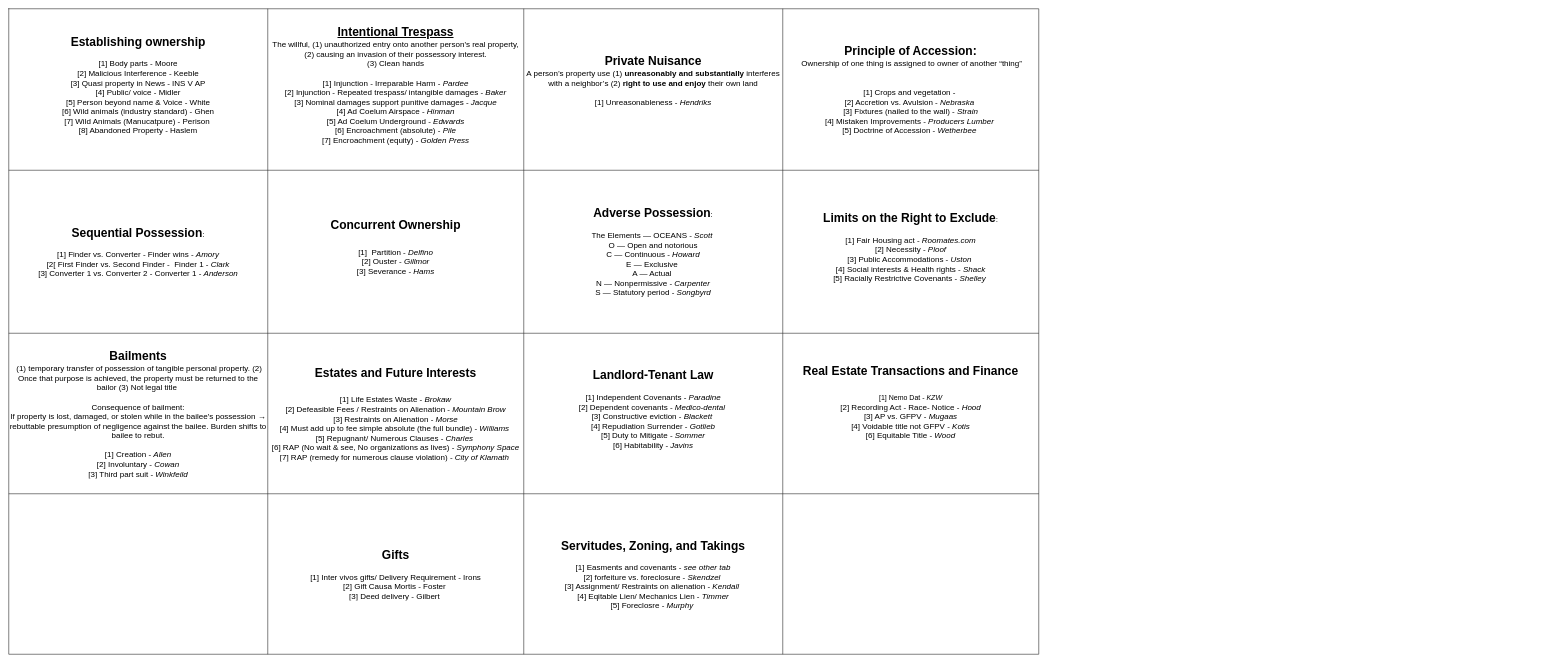
Above: page "Memorization" (6 of 10) of Property.drawio in Jdcruz831/law-school (draw.io), before the change. Source tidied: cells renumbered, new cells numbered last; positions are measured from the earlier drawing's top-left corner, leaving out a move shared by most shapes. Both pictures are drawn from the tidied source at 50%, with x=0, y=0 at pixel (8, 8).
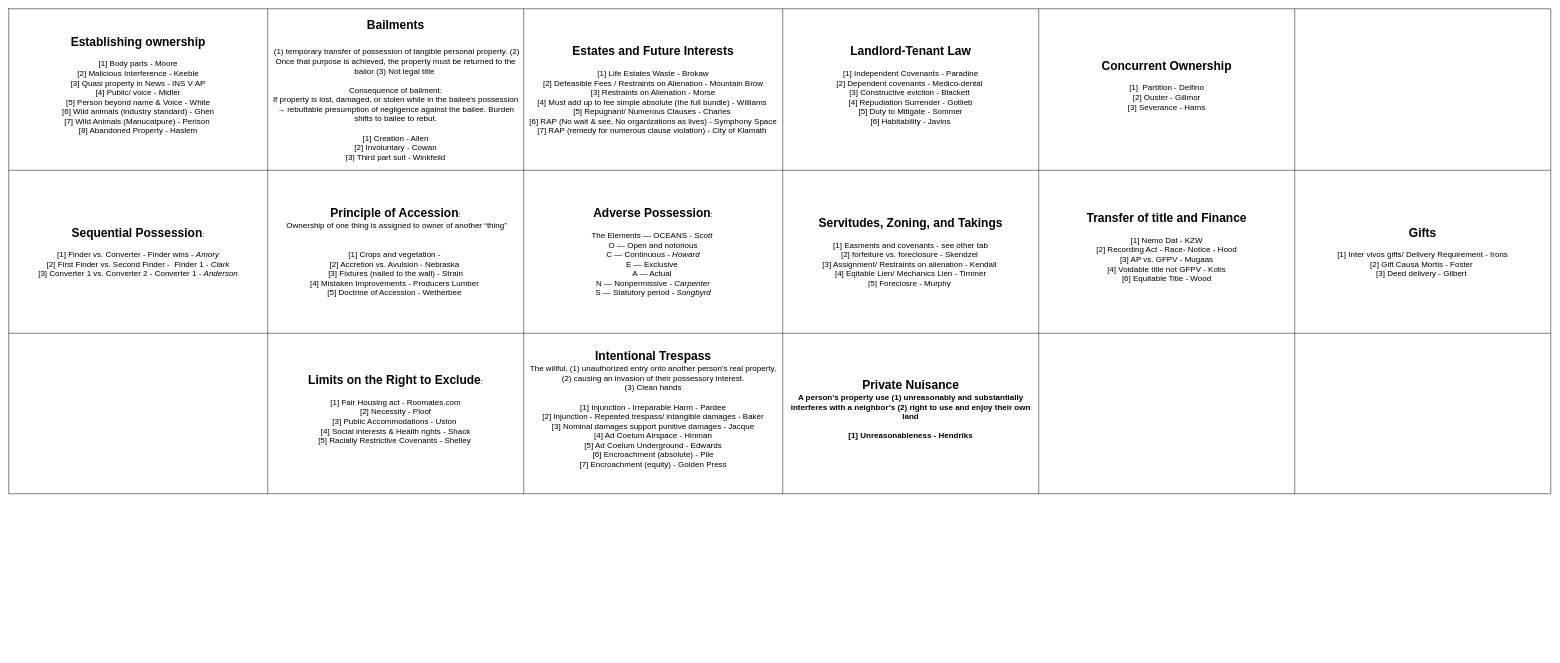
Above is the later version.

What changed in the source:
```diff
@@
     <mxCell id="2" style="shape=table;startSize=0;childLayout=tableLayout;fontSize=16;" parent="1" vertex="1">
-      <mxGeometry width="2060" height="1291" as="geometry" />
+      <mxGeometry width="3084" height="970" as="geometry" />
     </mxCell>
     <mxCell id="3" style="shape=tableRow;horizontal=0;startSize=0;swimlaneHead=0;swimlaneBody=0;strokeColor=inherit;top=0;left=0;bottom=0;right=0;fillColor=none;fontSize=16;" parent="2" vertex="1">
-      <mxGeometry width="2060" height="323" as="geometry" />
+      <mxGeometry width="3084" height="323" as="geometry" />
     </mxCell>
@@
-    <mxCell id="5" value="&lt;div&gt;&lt;b&gt;&lt;font style=&quot;font-size: 24px;&quot;&gt;&lt;u&gt;Intentional Trespass&lt;/u&gt;&lt;/font&gt;&lt;/b&gt;&lt;/div&gt;&lt;div&gt;The willful, (1) unauthorized entry onto another person's real property, (2) causing an invasion of their possessory interest.&lt;/div&gt;&lt;div&gt;(3) Clean hands&lt;/div&gt;&lt;div&gt;&lt;br&gt;&lt;/div&gt;&lt;div&gt;&lt;div&gt;[1] Injunction - Irreparable Harm - &lt;i&gt;Pardee&lt;/i&gt;&lt;/div&gt;&lt;div&gt;[2] Injunction - Repeated trespass/ intangible damages - &lt;i&gt;Baker&lt;/i&gt;&lt;/div&gt;&lt;div&gt;[3] Nominal damages support punitive damages - &lt;i&gt;Jacque&lt;/i&gt;&lt;/div&gt;&lt;div&gt;[4] Ad Coelum Airspace - &lt;i&gt;Hinman&lt;/i&gt;&lt;/div&gt;&lt;div&gt;[5] Ad Coelum Underground - &lt;i&gt;Edwards&lt;/i&gt;&lt;/div&gt;&lt;div&gt;[6] Encroachment (absolute) - &lt;i&gt;Pile&lt;/i&gt;&lt;/div&gt;&lt;div&gt;[7] Encroachment (equity) - &lt;i&gt;Golden Press&lt;/i&gt;&lt;/div&gt;&lt;/div&gt;&lt;div&gt;&lt;br&gt;&lt;/div&gt;" style="shape=partialRectangle;html=1;whiteSpace=wrap;strokeColor=inherit;overflow=hidden;fillColor=none;top=0;left=0;bottom=0;right=0;fontSize=16;" parent="3" vertex="1">
+    <mxCell id="5" value="&lt;div&gt;&lt;div&gt;&lt;b&gt;&lt;font style=&quot;font-size: 24px;&quot;&gt;Bailments&lt;/font&gt;&lt;/b&gt;&lt;/div&gt;&lt;div&gt;&lt;b&gt;&lt;font style=&quot;font-size: 24px;&quot;&gt;&lt;br&gt;&lt;/font&gt;&lt;/b&gt;&lt;/div&gt;&lt;div&gt;&amp;nbsp;(1) temporary transfer of possession of tangible personal property. (2) Once that purpose is achieved, the property must be returned to the bailor (3) Not legal title&amp;nbsp;&lt;/div&gt;&lt;div&gt;&lt;br&gt;&lt;/div&gt;&lt;div&gt;Consequence of bailment:&lt;/div&gt;&lt;div&gt;If property is lost, damaged, or stolen while in the bailee's possession → rebuttable presumption of negligence against the bailee. Burden shifts to bailee to rebut.&lt;/div&gt;&lt;div&gt;&lt;br&gt;&lt;/div&gt;&lt;div&gt;[1] Creation - Allen&lt;/div&gt;&lt;div&gt;[2] Involuntary - Cowan&lt;/div&gt;&lt;div&gt;[3] Third part suit - Winkfeild&lt;/div&gt;&lt;/div&gt;" style="shape=partialRectangle;html=1;whiteSpace=wrap;strokeColor=inherit;overflow=hidden;fillColor=none;top=0;left=0;bottom=0;right=0;fontSize=16;" parent="3" vertex="1">
       <mxGeometry x="518" width="512" height="323" as="geometry" />
     </mxCell>
-    <mxCell id="6" value="&lt;div&gt;&lt;b&gt;&lt;font style=&quot;font-size: 24px;&quot;&gt;Private Nuisance&lt;/font&gt;&lt;/b&gt;&lt;/div&gt;&lt;div&gt;A person’s property use (1) &lt;b&gt;unreasonably and substantially&lt;/b&gt; interferes with a neighbor’s (2) &lt;b&gt;right to use and enjoy&lt;/b&gt; their own land&lt;/div&gt;&lt;div&gt;&lt;br&gt;&lt;/div&gt;&lt;div&gt;[1] Unreasonableness - &lt;i&gt;Hendriks&lt;/i&gt;&lt;/div&gt;&lt;div&gt;&lt;br&gt;&lt;/div&gt;&lt;div&gt;&lt;br&gt;&lt;/div&gt;" style="shape=partialRectangle;html=1;whiteSpace=wrap;strokeColor=inherit;overflow=hidden;fillColor=none;top=0;left=0;bottom=0;right=0;fontSize=16;" parent="3" vertex="1">
+    <mxCell id="6" value="&lt;div&gt;&lt;div&gt;&lt;b&gt;&lt;font style=&quot;font-size: 24px;&quot;&gt;Estates and Future Interests&lt;/font&gt;&lt;/b&gt;&lt;/div&gt;&lt;div&gt;&lt;br&gt;&lt;/div&gt;&lt;div&gt;[1] Life Estates Waste - Brokaw&lt;/div&gt;&lt;div&gt;[2] Defeasible Fees / Restraints on Alienation - Mountain Brow&lt;/div&gt;&lt;div&gt;[3] Restraints on Alienation - Morse&lt;/div&gt;&lt;div&gt;[4] Must add up to fee simple absolute (the full bundle) - Williams&amp;nbsp;&lt;/div&gt;&lt;div&gt;[5] Repugnant/ Numerous Clauses - Charles&amp;nbsp;&lt;/div&gt;&lt;div&gt;[6] RAP (No wait &amp;amp; see, No organizations as lives) - Symphony Space&lt;/div&gt;&lt;div&gt;[7] RAP (remedy for numerous clause violation) - City of Klamath&amp;nbsp;&lt;/div&gt;&lt;/div&gt;" style="shape=partialRectangle;html=1;whiteSpace=wrap;strokeColor=inherit;overflow=hidden;fillColor=none;top=0;left=0;bottom=0;right=0;fontSize=16;" parent="3" vertex="1">
       <mxGeometry x="1030" width="518" height="323" as="geometry" />
     </mxCell>
-    <mxCell id="7" value="&lt;b&gt;&lt;font style=&quot;font-size: 24px;&quot;&gt;Principle of Accession:&lt;/font&gt;&lt;/b&gt;&lt;div&gt;&lt;div&gt;&amp;nbsp;Ownership of one thing is assigned to owner of another “thing”&lt;/div&gt;&lt;div&gt;&lt;br&gt;&lt;/div&gt;&lt;div&gt;&lt;div&gt;&lt;br&gt;&lt;/div&gt;&lt;div&gt;[1] Crops and vegetation -&lt;i&gt;&amp;nbsp;&lt;/i&gt;&lt;/div&gt;&lt;div&gt;[2] Accretion vs. Avulsion - &lt;i&gt;Nebraska&lt;/i&gt;&amp;nbsp;&lt;/div&gt;&lt;div&gt;[3] Fixtures (nailed to the wall) - &lt;i&gt;Strain&lt;/i&gt;&lt;/div&gt;&lt;div&gt;[4] Mistaken Improvements - &lt;i&gt;Producers Lumber&lt;/i&gt;&amp;nbsp;&lt;/div&gt;&lt;div&gt;[5] Doctrine of Accession - &lt;i&gt;Wetherbee&lt;/i&gt;&amp;nbsp;&lt;/div&gt;&lt;/div&gt;&lt;/div&gt;" style="shape=partialRectangle;html=1;whiteSpace=wrap;strokeColor=inherit;overflow=hidden;fillColor=none;top=0;left=0;bottom=0;right=0;fontSize=16;" parent="3" vertex="1">
+    <mxCell id="7" value="&lt;div&gt;&lt;b&gt;&lt;font style=&quot;font-size: 24px;&quot;&gt;Landlord-Tenant Law&lt;/font&gt;&lt;/b&gt;&lt;/div&gt;&lt;div&gt;&lt;br&gt;&lt;/div&gt;&lt;div&gt;[1] Independent Covenants - Paradine&lt;/div&gt;&lt;div&gt;[2] Dependent covenants - Medico-dental&amp;nbsp;&lt;/div&gt;&lt;div&gt;[3] Constructive eviction - Blackett&amp;nbsp;&lt;/div&gt;&lt;div&gt;[4] Repudiation Surrender - Gotlieb&lt;/div&gt;&lt;div&gt;[5] Duty to Mitigate - Sommer&lt;/div&gt;&lt;div&gt;[6] Habitability - Javins&lt;/div&gt;&lt;div&gt;&lt;br&gt;&lt;/div&gt;" style="shape=partialRectangle;html=1;whiteSpace=wrap;strokeColor=inherit;overflow=hidden;fillColor=none;top=0;left=0;bottom=0;right=0;fontSize=16;" parent="3" vertex="1">
       <mxGeometry x="1548" width="512" height="323" as="geometry" />
     </mxCell>
+    <mxCell id="23" value="&lt;div&gt;&lt;b&gt;&lt;font style=&quot;font-size: 24px;&quot;&gt;Concurrent Ownership&lt;/font&gt;&lt;/b&gt;&lt;/div&gt;&lt;div&gt;&lt;br&gt;&lt;/div&gt;&lt;div&gt;[1] &amp;nbsp;Partition - Delfino&lt;/div&gt;&lt;div&gt;[2] Ouster - Gillmor&lt;/div&gt;&lt;div&gt;[3] Severance - Hams&lt;/div&gt;&lt;div&gt;&lt;br&gt;&lt;/div&gt;" style="shape=partialRectangle;html=1;whiteSpace=wrap;strokeColor=inherit;overflow=hidden;fillColor=none;top=0;left=0;bottom=0;right=0;fontSize=16;" parent="3" vertex="1">
+      <mxGeometry x="2060" width="512" height="323" as="geometry" />
+    </mxCell>
+    <mxCell id="24" style="shape=partialRectangle;html=1;whiteSpace=wrap;strokeColor=inherit;overflow=hidden;fillColor=none;top=0;left=0;bottom=0;right=0;fontSize=16;" parent="3" vertex="1">
+      <mxGeometry x="2572" width="512" height="323" as="geometry" />
+    </mxCell>
     <mxCell id="8" style="shape=tableRow;horizontal=0;startSize=0;swimlaneHead=0;swimlaneBody=0;strokeColor=inherit;top=0;left=0;bottom=0;right=0;fillColor=none;fontSize=16;" parent="2" vertex="1">
-      <mxGeometry y="323" width="2060" height="326" as="geometry" />
+      <mxGeometry y="323" width="3084" height="326" as="geometry" />
     </mxCell>
@@
-    <mxCell id="10" value="&lt;div&gt;&lt;b&gt;&lt;font style=&quot;font-size: 24px;&quot;&gt;Concurrent Ownership&lt;/font&gt;&lt;/b&gt;&lt;/div&gt;&lt;div&gt;&lt;b&gt;&lt;font style=&quot;font-size: 24px;&quot;&gt;&lt;br&gt;&lt;/font&gt;&lt;/b&gt;&lt;/div&gt;&lt;div&gt;&lt;div&gt;[1] &amp;nbsp;Partition - &lt;i&gt;Delfino&lt;/i&gt;&lt;/div&gt;&lt;div&gt;[2] Ouster - &lt;i&gt;Gillmor&lt;/i&gt;&lt;/div&gt;&lt;div&gt;[3] Severance - &lt;i&gt;Hams&lt;/i&gt;&lt;/div&gt;&lt;/div&gt;&lt;div&gt;&lt;br&gt;&lt;/div&gt;" style="shape=partialRectangle;html=1;whiteSpace=wrap;strokeColor=inherit;overflow=hidden;fillColor=none;top=0;left=0;bottom=0;right=0;fontSize=16;" parent="8" vertex="1">
+    <mxCell id="10" value="&lt;div&gt;&lt;div&gt;&lt;b&gt;&lt;font style=&quot;font-size: 24px;&quot;&gt;Principle of Accession&lt;/font&gt;&lt;/b&gt;:&lt;/div&gt;&lt;div&gt;&amp;nbsp;Ownership of one thing is assigned to owner of another “thing”&lt;/div&gt;&lt;div&gt;&lt;br&gt;&lt;/div&gt;&lt;div&gt;&lt;br&gt;&lt;/div&gt;&lt;div&gt;[1] Crops and vegetation -&amp;nbsp;&lt;/div&gt;&lt;div&gt;[2] Accretion vs. Avulsion - Nebraska&amp;nbsp;&lt;/div&gt;&lt;div&gt;[3] Fixtures (nailed to the wall) - Strain&lt;/div&gt;&lt;div&gt;[4] Mistaken Improvements - Producers Lumber&amp;nbsp;&lt;/div&gt;&lt;div&gt;[5] Doctrine of Accession - Wetherbee&amp;nbsp;&lt;/div&gt;&lt;/div&gt;" style="shape=partialRectangle;html=1;whiteSpace=wrap;strokeColor=inherit;overflow=hidden;fillColor=none;top=0;left=0;bottom=0;right=0;fontSize=16;" parent="8" vertex="1">
       <mxGeometry x="518" width="512" height="326" as="geometry" />
     </mxCell>
@@
-    <mxCell id="12" value="&lt;div&gt;&lt;b&gt;&lt;font style=&quot;font-size: 24px;&quot;&gt;Limits on the Right to Exclude&lt;/font&gt;&lt;/b&gt;:&lt;/div&gt;&lt;div&gt;&lt;br&gt;&lt;/div&gt;&lt;div&gt;&lt;div&gt;[1] Fair Housing act - &lt;i&gt;Roomates.com&lt;/i&gt;&lt;/div&gt;&lt;div&gt;[2] Necessity - &lt;i&gt;Ploof&lt;/i&gt;&lt;/div&gt;&lt;div&gt;[3] Public Accommodations - &lt;i&gt;Uston&lt;/i&gt;&amp;nbsp;&lt;/div&gt;&lt;div&gt;[4] Social interests &amp;amp; Health rights - &lt;i&gt;Shack&lt;/i&gt;&lt;/div&gt;&lt;div&gt;[5] Racially Restrictive Covenants - &lt;i&gt;Shelley&lt;/i&gt;&amp;nbsp;&lt;/div&gt;&lt;/div&gt;&lt;div&gt;&lt;br&gt;&lt;/div&gt;" style="shape=partialRectangle;html=1;whiteSpace=wrap;strokeColor=inherit;overflow=hidden;fillColor=none;top=0;left=0;bottom=0;right=0;fontSize=16;" parent="8" vertex="1">
+    <mxCell id="12" value="&lt;div&gt;&lt;div&gt;&lt;font style=&quot;font-size: 24px;&quot;&gt;&lt;b&gt;Servitudes, Zoning, and Takings&lt;/b&gt;&lt;/font&gt;&lt;/div&gt;&lt;div&gt;&lt;br&gt;&lt;/div&gt;&lt;div&gt;[1] Easments and covenants - see other tab&lt;/div&gt;&lt;div&gt;[2] forfeiture vs. foreclosure - Skendzel&amp;nbsp;&lt;/div&gt;&lt;div&gt;[3] Assignment/ Restraints on alienation - Kendall&amp;nbsp;&lt;/div&gt;&lt;div&gt;[4] Eqitable Lien/ Mechanics Lien - Timmer&lt;/div&gt;&lt;div&gt;[5] Foreclosre - Murphy&amp;nbsp;&lt;/div&gt;&lt;/div&gt;" style="shape=partialRectangle;html=1;whiteSpace=wrap;strokeColor=inherit;overflow=hidden;fillColor=none;top=0;left=0;bottom=0;right=0;fontSize=16;" parent="8" vertex="1">
       <mxGeometry x="1548" width="512" height="326" as="geometry" />
     </mxCell>
+    <mxCell id="25" value="&lt;div&gt;&lt;b&gt;&lt;font style=&quot;font-size: 24px;&quot;&gt;Transfer of title and Finance&lt;/font&gt;&lt;/b&gt;&lt;/div&gt;&lt;div&gt;&lt;br&gt;&lt;/div&gt;&lt;div&gt;[1] Nemo Dat - KZW&lt;/div&gt;&lt;div&gt;[2] Recording Act - Race- Notice - Hood&lt;/div&gt;&lt;div&gt;[3] AP vs. GFPV - Mugaas&lt;/div&gt;&lt;div&gt;[4] Voidable title not GFPV - Kotis&lt;/div&gt;&lt;div&gt;[6] Equitable Title - Wood&lt;/div&gt;&lt;div&gt;&lt;br&gt;&lt;/div&gt;" style="shape=partialRectangle;html=1;whiteSpace=wrap;strokeColor=inherit;overflow=hidden;fillColor=none;top=0;left=0;bottom=0;right=0;fontSize=16;" parent="8" vertex="1">
+      <mxGeometry x="2060" width="512" height="326" as="geometry" />
+    </mxCell>
+    <mxCell id="20" value="&lt;div&gt;&lt;b&gt;&lt;font style=&quot;font-size: 24px;&quot;&gt;Gifts&lt;/font&gt;&lt;/b&gt;&lt;/div&gt;&lt;div&gt;&lt;br&gt;&lt;/div&gt;&lt;div&gt;[1] Inter vivos gifts/ Delivery Requirement - Irons&lt;/div&gt;&lt;div&gt;[2] Gift Causa Mortis - Foster&amp;nbsp;&lt;/div&gt;&lt;div&gt;[3] Deed delivery - Gilbert&amp;nbsp;&lt;/div&gt;" style="shape=partialRectangle;html=1;whiteSpace=wrap;strokeColor=inherit;overflow=hidden;fillColor=none;top=0;left=0;bottom=0;right=0;fontSize=16;" parent="8" vertex="1">
+      <mxGeometry x="2572" width="512" height="326" as="geometry" />
+    </mxCell>
     <mxCell id="13" style="shape=tableRow;horizontal=0;startSize=0;swimlaneHead=0;swimlaneBody=0;strokeColor=inherit;top=0;left=0;bottom=0;right=0;fillColor=none;fontSize=16;" parent="2" vertex="1">
-      <mxGeometry y="649" width="2060" height="321" as="geometry" />
+      <mxGeometry y="649" width="3084" height="321" as="geometry" />
     </mxCell>
-    <mxCell id="14" value="&lt;div&gt;&lt;b&gt;&lt;font style=&quot;font-size: 24px;&quot;&gt;Bailments&lt;/font&gt;&lt;/b&gt;&lt;/div&gt;&lt;div&gt;&amp;nbsp;(1) temporary transfer of possession of tangible personal property. (2) Once that purpose is achieved, the property must be returned to the bailor (3) Not legal title&amp;nbsp;&lt;/div&gt;&lt;div&gt;&lt;br&gt;&lt;/div&gt;&lt;div&gt;Consequence of bailment:&lt;/div&gt;&lt;div&gt;If property is lost, damaged, or stolen while in the bailee's possession → rebuttable presumption of negligence against the bailee. Burden shifts to bailee to rebut.&lt;/div&gt;&lt;div&gt;&lt;br&gt;&lt;/div&gt;&lt;div&gt;&lt;div&gt;[1] Creation - &lt;i&gt;Allen&lt;/i&gt;&lt;/div&gt;&lt;div&gt;[2] Involuntary - &lt;i&gt;Cowan&lt;/i&gt;&lt;/div&gt;&lt;div&gt;[3] Third part suit - &lt;i&gt;Winkfeild&lt;/i&gt;&lt;/div&gt;&lt;/div&gt;" style="shape=partialRectangle;html=1;whiteSpace=wrap;strokeColor=inherit;overflow=hidden;fillColor=none;top=0;left=0;bottom=0;right=0;fontSize=16;" parent="13" vertex="1">
+    <mxCell id="14" style="shape=partialRectangle;html=1;whiteSpace=wrap;strokeColor=inherit;overflow=hidden;fillColor=none;top=0;left=0;bottom=0;right=0;fontSize=16;" parent="13" vertex="1">
       <mxGeometry width="518" height="321" as="geometry" />
     </mxCell>
-    <mxCell id="15" value="&lt;div&gt;&lt;b&gt;&lt;font style=&quot;font-size: 24px;&quot;&gt;Estates and Future Interests&lt;/font&gt;&lt;/b&gt;&lt;/div&gt;&lt;div&gt;&lt;b&gt;&lt;font style=&quot;font-size: 24px;&quot;&gt;&lt;br&gt;&lt;/font&gt;&lt;/b&gt;&lt;/div&gt;&lt;div&gt;&lt;div&gt;[1] Life Estates Waste - &lt;i&gt;Brokaw&lt;/i&gt;&lt;/div&gt;&lt;div&gt;[2] Defeasible Fees / Restraints on Alienation - &lt;i&gt;Mountain Brow&lt;/i&gt;&lt;/div&gt;&lt;div&gt;[3] Restraints on Alienation - &lt;i&gt;Morse&lt;/i&gt;&lt;/div&gt;&lt;div&gt;[4] Must add up to fee simple absolute (the full bundle) - &lt;i&gt;Williams&lt;/i&gt;&amp;nbsp;&lt;/div&gt;&lt;div&gt;[5] Repugnant/ Numerous Clauses - &lt;i&gt;Charles&lt;/i&gt;&amp;nbsp;&lt;/div&gt;&lt;div&gt;[6] RAP (No wait &amp;amp; see, No organizations as lives) -&lt;i&gt; Symphony Space&lt;/i&gt;&lt;/div&gt;&lt;div&gt;[7] RAP (remedy for numerous clause violation) - &lt;i&gt;City of Klamath&lt;/i&gt;&amp;nbsp;&lt;/div&gt;&lt;/div&gt;" style="shape=partialRectangle;html=1;whiteSpace=wrap;strokeColor=inherit;overflow=hidden;fillColor=none;top=0;left=0;bottom=0;right=0;fontSize=16;" parent="13" vertex="1">
+    <mxCell id="15" value="&lt;div&gt;&lt;b&gt;&lt;font style=&quot;font-size: 24px;&quot;&gt;Limits on the Right to Exclude&lt;/font&gt;&lt;/b&gt;:&lt;/div&gt;&lt;div&gt;&lt;br&gt;&lt;/div&gt;&lt;div&gt;[1] Fair Housing act - Roomates.com&lt;/div&gt;&lt;div&gt;[2] Necessity - Ploof&lt;/div&gt;&lt;div&gt;[3] Public Accommodations - Uston&amp;nbsp;&lt;/div&gt;&lt;div&gt;[4] Social interests &amp;amp; Health rights - Shack&lt;/div&gt;&lt;div&gt;[5] Racially Restrictive Covenants - Shelley&amp;nbsp;&lt;/div&gt;&lt;div&gt;&lt;br&gt;&lt;/div&gt;" style="shape=partialRectangle;html=1;whiteSpace=wrap;strokeColor=inherit;overflow=hidden;fillColor=none;top=0;left=0;bottom=0;right=0;fontSize=16;" parent="13" vertex="1">
       <mxGeometry x="518" width="512" height="321" as="geometry" />
     </mxCell>
-    <mxCell id="16" value="&lt;div&gt;&lt;div&gt;&lt;font style=&quot;font-size: 24px;&quot;&gt;&lt;b&gt;Landlord-Tenant Law&lt;/b&gt;&lt;/font&gt;&lt;/div&gt;&lt;div&gt;&lt;br&gt;&lt;/div&gt;&lt;div&gt;[1] Independent Covenants - &lt;i&gt;Paradine&lt;/i&gt;&lt;/div&gt;&lt;div&gt;[2] Dependent covenants - &lt;i&gt;Medico-dental&lt;/i&gt;&amp;nbsp;&lt;/div&gt;&lt;div&gt;[3] Constructive eviction - &lt;i&gt;Blackett&lt;/i&gt;&amp;nbsp;&lt;/div&gt;&lt;div&gt;[4] Repudiation Surrender - &lt;i&gt;Gotlieb&lt;/i&gt;&lt;/div&gt;&lt;div&gt;[5] Duty to Mitigate - &lt;i&gt;Sommer&lt;/i&gt;&lt;/div&gt;&lt;div&gt;[6] Habitability - &lt;i&gt;Javins&lt;/i&gt;&lt;/div&gt;&lt;/div&gt;&lt;div&gt;&lt;br&gt;&lt;/div&gt;" style="shape=partialRectangle;html=1;whiteSpace=wrap;strokeColor=inherit;overflow=hidden;fillColor=none;top=0;left=0;bottom=0;right=0;fontSize=16;" parent="13" vertex="1">
+    <mxCell id="16" value="&lt;div&gt;&lt;b&gt;&lt;font style=&quot;font-size: 24px;&quot;&gt;Intentional Trespass&lt;/font&gt;&lt;/b&gt;&lt;/div&gt;&lt;div&gt;The willful, (1) unauthorized entry onto another person's real property, (2) causing an invasion of their possessory interest.&lt;/div&gt;&lt;div&gt;(3) Clean hands&lt;/div&gt;&lt;div&gt;&lt;br&gt;&lt;/div&gt;&lt;div&gt;[1] Injunction - Irreparable Harm - Pardee&lt;/div&gt;&lt;div&gt;[2] Injunction - Repeated trespass/ intangible damages - Baker&lt;/div&gt;&lt;div&gt;[3] Nominal damages support punitive damages - Jacque&lt;/div&gt;&lt;div&gt;[4] Ad Coelum Airspace - Hinman&lt;/div&gt;&lt;div&gt;[5] Ad Coelum Underground - Edwards&lt;/div&gt;&lt;div&gt;[6] Encroachment (absolute) - Pile&lt;/div&gt;&lt;div&gt;[7] Encroachment (equity) - Golden Press&lt;/div&gt;&lt;div&gt;&lt;br&gt;&lt;/div&gt;" style="shape=partialRectangle;html=1;whiteSpace=wrap;strokeColor=inherit;overflow=hidden;fillColor=none;top=0;left=0;bottom=0;right=0;fontSize=16;" parent="13" vertex="1">
       <mxGeometry x="1030" width="518" height="321" as="geometry" />
     </mxCell>
-    <mxCell id="17" value="&lt;font&gt;&lt;div style=&quot;font-weight: bold;&quot;&gt;&lt;font size=&quot;5&quot;&gt;Real Estate Transactions and Finance&lt;/font&gt;&lt;/div&gt;&lt;div style=&quot;font-weight: bold;&quot;&gt;&lt;font size=&quot;5&quot;&gt;&lt;br&gt;&lt;/font&gt;&lt;/div&gt;&lt;div&gt;&lt;div&gt;&lt;font style=&quot;font-size: 14px;&quot;&gt;[1] Nemo Dat - &lt;i&gt;KZW&lt;/i&gt;&lt;/font&gt;&lt;/div&gt;&lt;div&gt;&lt;font size=&quot;3&quot;&gt;[2] Recording Act - Race- Notice - &lt;i&gt;Hood&lt;/i&gt;&lt;/font&gt;&lt;/div&gt;&lt;div&gt;&lt;font size=&quot;3&quot;&gt;[3] AP vs. GFPV - &lt;i&gt;Mugaas&lt;/i&gt;&lt;/font&gt;&lt;/div&gt;&lt;div&gt;&lt;font size=&quot;3&quot;&gt;[4] Voidable title not GFPV - &lt;i&gt;Kotis&lt;/i&gt;&lt;/font&gt;&lt;/div&gt;&lt;div&gt;&lt;font size=&quot;3&quot;&gt;[6] Equitable Title - &lt;i&gt;Wood&lt;/i&gt;&lt;/font&gt;&lt;/div&gt;&lt;/div&gt;&lt;div style=&quot;font-weight: bold; font-size: 24px;&quot;&gt;&lt;br&gt;&lt;/div&gt;&lt;/font&gt;&lt;div&gt;&lt;div&gt;&lt;br&gt;&lt;/div&gt;&lt;/div&gt;" style="shape=partialRectangle;html=1;whiteSpace=wrap;strokeColor=inherit;overflow=hidden;fillColor=none;top=0;left=0;bottom=0;right=0;fontSize=16;" parent="13" vertex="1">
+    <mxCell id="17" value="&lt;font&gt;&lt;div&gt;&lt;div&gt;&lt;b&gt;&lt;font style=&quot;font-size: 24px;&quot;&gt;Private Nuisance&lt;/font&gt;&lt;/b&gt;&lt;/div&gt;&lt;div&gt;&lt;b&gt;A person’s property use (1) unreasonably and substantially interferes with a neighbor’s (2) right to use and enjoy their own land&lt;/b&gt;&lt;/div&gt;&lt;div&gt;&lt;b&gt;&lt;br&gt;&lt;/b&gt;&lt;/div&gt;&lt;div&gt;&lt;b&gt;[1] Unreasonableness - Hendriks&lt;/b&gt;&lt;/div&gt;&lt;div style=&quot;font-weight: bold;&quot;&gt;&lt;br&gt;&lt;/div&gt;&lt;/div&gt;&lt;/font&gt;" style="shape=partialRectangle;html=1;whiteSpace=wrap;strokeColor=inherit;overflow=hidden;fillColor=none;top=0;left=0;bottom=0;right=0;fontSize=16;" parent="13" vertex="1">
       <mxGeometry x="1548" width="512" height="321" as="geometry" />
     </mxCell>
-    <mxCell id="18" style="shape=tableRow;horizontal=0;startSize=0;swimlaneHead=0;swimlaneBody=0;strokeColor=inherit;top=0;left=0;bottom=0;right=0;fillColor=none;fontSize=16;" parent="2" vertex="1">
-      <mxGeometry y="970" width="2060" height="321" as="geometry" />
-    </mxCell>
-    <mxCell id="19" style="shape=partialRectangle;html=1;whiteSpace=wrap;strokeColor=inherit;overflow=hidden;fillColor=none;top=0;left=0;bottom=0;right=0;fontSize=16;" parent="18" vertex="1">
-      <mxGeometry width="518" height="321" as="geometry" />
-    </mxCell>
-    <mxCell id="20" value="&lt;font style=&quot;font-size: 24px;&quot;&gt;&lt;b&gt;Gifts&lt;/b&gt;&lt;/font&gt;&lt;div&gt;&lt;br&gt;&lt;/div&gt;&lt;div&gt;[1] Inter vivos gifts/ Delivery Requirement - Irons&lt;div&gt;&lt;div&gt;[2] Gift Causa Mortis - Foster&amp;nbsp;&lt;/div&gt;&lt;div&gt;[3] Deed delivery - Gilbert&amp;nbsp;&lt;/div&gt;&lt;/div&gt;&lt;/div&gt;" style="shape=partialRectangle;html=1;whiteSpace=wrap;strokeColor=inherit;overflow=hidden;fillColor=none;top=0;left=0;bottom=0;right=0;fontSize=16;" parent="18" vertex="1">
-      <mxGeometry x="518" width="512" height="321" as="geometry" />
-    </mxCell>
-    <mxCell id="21" value="&lt;b&gt;&lt;font style=&quot;font-size: 24px;&quot;&gt;Servitudes, Zoning, and Takings&lt;/font&gt;&lt;/b&gt;&lt;div&gt;&lt;br&gt;&lt;/div&gt;&lt;div&gt;&lt;div&gt;[1] Easments and covenants - &lt;i&gt;see other tab&lt;/i&gt;&lt;/div&gt;&lt;div&gt;[2] forfeiture vs. foreclosure - &lt;i&gt;Skendzel&lt;/i&gt;&amp;nbsp;&lt;/div&gt;&lt;div&gt;[3] Assignment/ Restraints on alienation - &lt;i&gt;Kendall&lt;/i&gt;&amp;nbsp;&lt;/div&gt;&lt;div&gt;[4] Eqitable Lien/ Mechanics Lien - &lt;i&gt;Timmer&lt;/i&gt;&lt;/div&gt;&lt;div&gt;[5] Foreclosre - &lt;i&gt;Murphy&lt;/i&gt;&amp;nbsp;&lt;/div&gt;&lt;/div&gt;" style="shape=partialRectangle;html=1;whiteSpace=wrap;strokeColor=inherit;overflow=hidden;fillColor=none;top=0;left=0;bottom=0;right=0;fontSize=16;" parent="18" vertex="1">
-      <mxGeometry x="1030" width="518" height="321" as="geometry" />
-    </mxCell>
-    <mxCell id="22" style="shape=partialRectangle;html=1;whiteSpace=wrap;strokeColor=inherit;overflow=hidden;fillColor=none;top=0;left=0;bottom=0;right=0;fontSize=16;" parent="18" vertex="1">
-      <mxGeometry x="1548" width="512" height="321" as="geometry" />
-    </mxCell>
+    <mxCell id="26" style="shape=partialRectangle;html=1;whiteSpace=wrap;strokeColor=inherit;overflow=hidden;fillColor=none;top=0;left=0;bottom=0;right=0;fontSize=16;" parent="13" vertex="1">
+      <mxGeometry x="2060" width="512" height="321" as="geometry" />
+    </mxCell>
+    <mxCell id="27" style="shape=partialRectangle;html=1;whiteSpace=wrap;strokeColor=inherit;overflow=hidden;fillColor=none;top=0;left=0;bottom=0;right=0;fontSize=16;" parent="13" vertex="1">
+      <mxGeometry x="2572" width="512" height="321" as="geometry" />
+    </mxCell>
```
